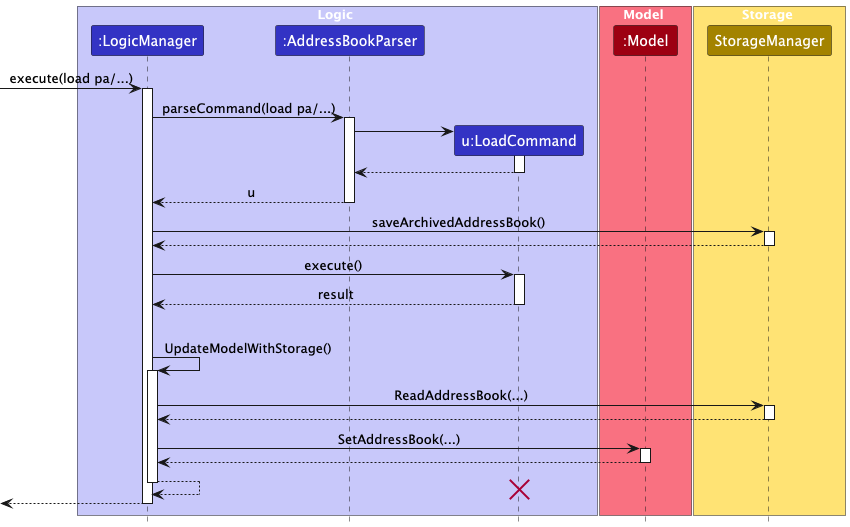
Above: docs/images/LoadSequenceDiagram-Logic.png in nus-cs2103-AY2425S1/tp (PlantUML), before the change.
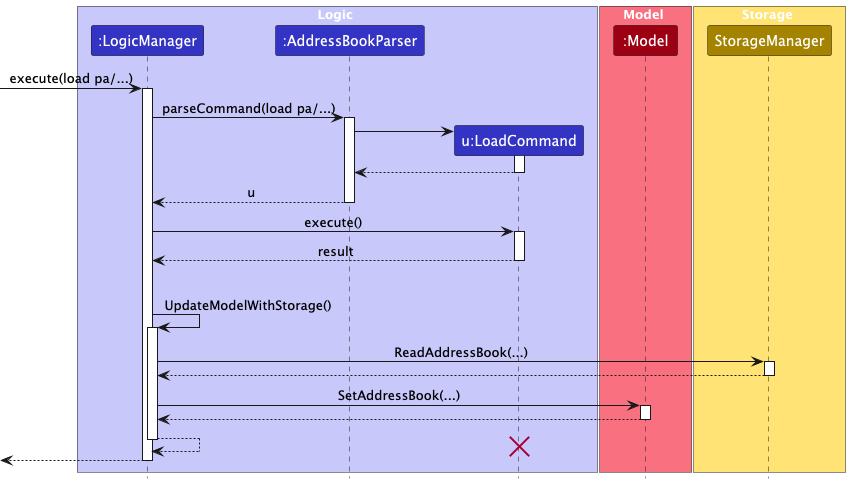
Later version of the same file.

Commit message:
Update the sequence diagrams and fix a few typos

The edit, as a diff of the source:
```diff
@@ -32,12 +32,6 @@
 AddressBookParser --> LogicManager : u
 deactivate AddressBookParser
 
-LogicManager -> "Storage" : saveArchivedAddressBook()
-activate "Storage"
-
-"Storage" --> LogicManager :
-deactivate "Storage"
-
 LogicManager -> LoadCommand : execute()
 activate LoadCommand
 
```
